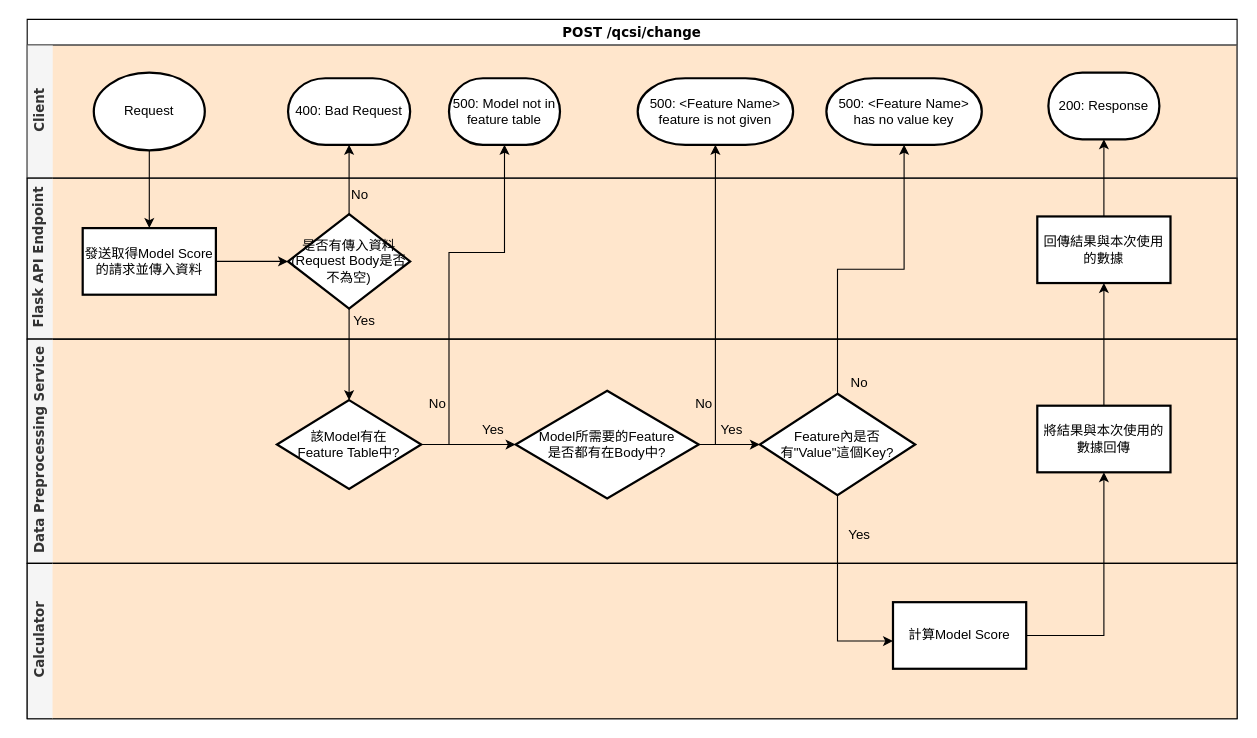
Above: Document/Patient-data api swimlane.drawio in billkuojhgf/text-mining (draw.io), before the change. Source tidied: cells renumbered, new cells numbered last; positions are measured from the earlier drawing's top-left corner, leaving out a move shared by most shapes. Both pictures are drawn from the tidied source at 111%, with x=0, y=0 at pixel (27, 19).
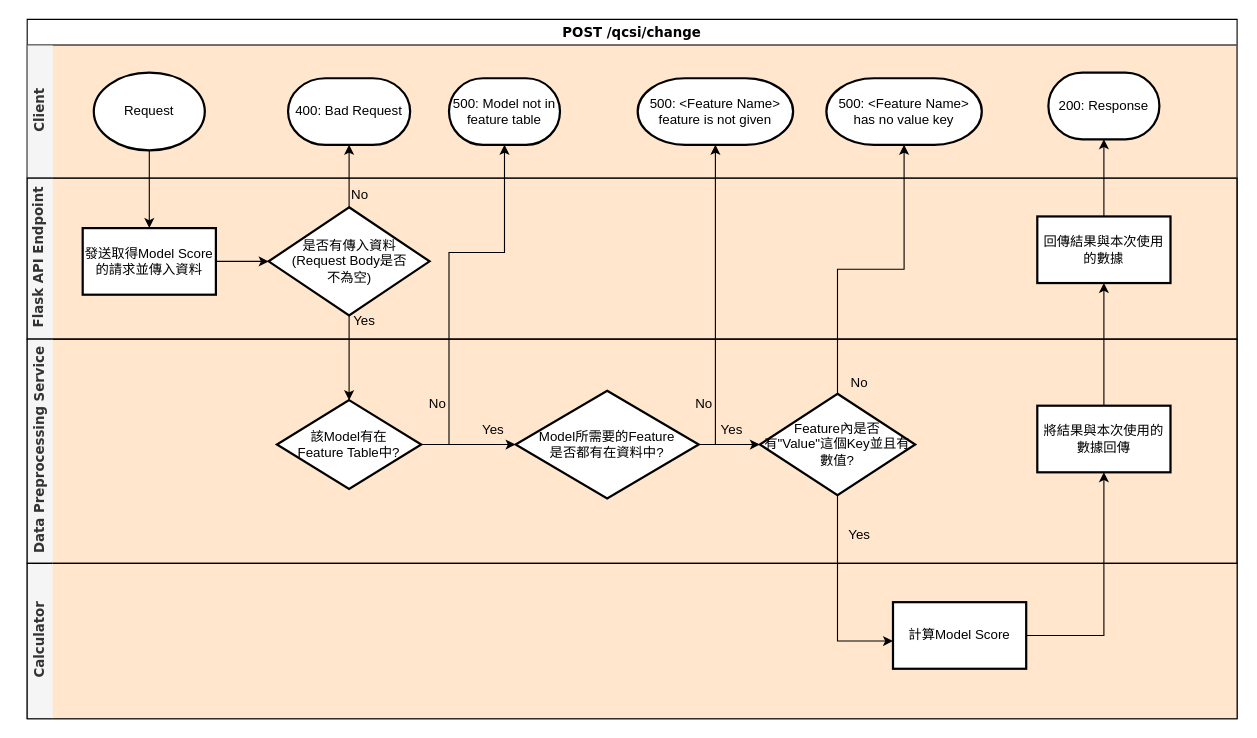
The same diagram, later.

The change refers to these unchanged cells:
```xml
<mxCell id="10" value="&lt;font face=&quot;Verdana&quot;&gt;Flask API Endpoint&lt;/font&gt;" style="swimlane;html=1;horizontal=0;swimlaneLine=0;fillColor=#f5f5f5;fontColor=#333333;" parent="2" vertex="1">
  <mxGeometry y="143" width="1090" height="145" as="geometry" />
</mxCell>
<mxCell id="16" value="&lt;font face=&quot;Verdana&quot;&gt;Data Preprocessing Service&lt;/font&gt;" style="swimlane;html=1;horizontal=0;swimlaneLine=0;startSize=23;fillColor=#f5f5f5;fontColor=#333333;" parent="2" vertex="1">
  <mxGeometry y="288" width="1090" height="202" as="geometry" />
</mxCell>
```

What changed in the source:
```diff
@@
-    <mxCell id="13" value="是否有傳入資料&lt;br&gt;(Request Body是否不為空)" style="rhombus;whiteSpace=wrap;html=1;strokeWidth=2;" parent="10" vertex="1">
-      <mxGeometry x="235" y="32.5" width="110" height="85" as="geometry" />
+    <mxCell id="13" value="是否有傳入資料&lt;br&gt;(Request Body是否&lt;br&gt;不為空)" style="rhombus;whiteSpace=wrap;html=1;strokeWidth=2;" parent="10" vertex="1">
+      <mxGeometry x="217.5" y="26.2" width="145" height="97.5" as="geometry" />
     </mxCell>
@@
-    <mxCell id="21" value="Model所需要的Feature&lt;br&gt;是否都有在Body中?" style="rhombus;whiteSpace=wrap;html=1;strokeWidth=2;" parent="16" vertex="1">
+    <mxCell id="21" value="Model所需要的Feature&lt;br&gt;是否都有在資料中?" style="rhombus;whiteSpace=wrap;html=1;strokeWidth=2;" parent="16" vertex="1">
       <mxGeometry x="440" y="46.5" width="165" height="97" as="geometry" />
     </mxCell>
@@
-    <mxCell id="23" value="Feature內是否有&quot;Value&quot;這個Key?" style="rhombus;whiteSpace=wrap;html=1;strokeWidth=2;" parent="16" vertex="1">
+    <mxCell id="23" value="Feature內是否有&quot;Value&quot;這個Key並且有數值?" style="rhombus;whiteSpace=wrap;html=1;strokeWidth=2;" parent="16" vertex="1">
       <mxGeometry x="660" y="49.2" width="140" height="91.5" as="geometry" />
     </mxCell>
```
